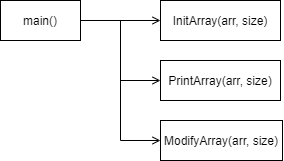
fhctyw/Lab6.2 keeps this draw.io diagram as Lab6.2.1/structure.png. Above is the earlier version. Source tidied: cells renumbered, new cells last; positions are measured from the earlier drawing's top-left corner, leaving out a move shared by most shapes.
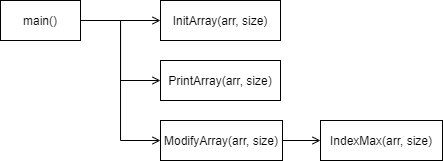
Later version of the same file.

The edit, as a diff of the source:
```diff
@@ -20,8 +20,14 @@
     <mxCell id="7" value="PrintArray(arr, size)" style="rounded=0;whiteSpace=wrap;html=1;" parent="1" vertex="1">
       <mxGeometry x="160" y="60" width="120" height="40" as="geometry" />
     </mxCell>
+    <mxCell id="9" style="edgeStyle=orthogonalEdgeStyle;rounded=0;jettySize=auto;html=1;entryX=0;entryY=0.5;entryDx=0;entryDy=0;endArrow=open;endFill=0;" parent="1" edge="1" source="8" target="10">
+      <mxGeometry relative="1" as="geometry" />
+    </mxCell>
     <mxCell id="8" value="ModifyArray(arr, size)" style="rounded=0;whiteSpace=wrap;html=1;" parent="1" vertex="1">
       <mxGeometry x="160" y="120" width="122" height="40" as="geometry" />
     </mxCell>
+    <mxCell id="10" value="IndexMax(arr, size)" style="rounded=0;whiteSpace=wrap;html=1;" parent="1" vertex="1">
+      <mxGeometry x="320" y="120" width="122" height="40" as="geometry" />
+    </mxCell>
   </root>
 </mxGraphModel>
```
